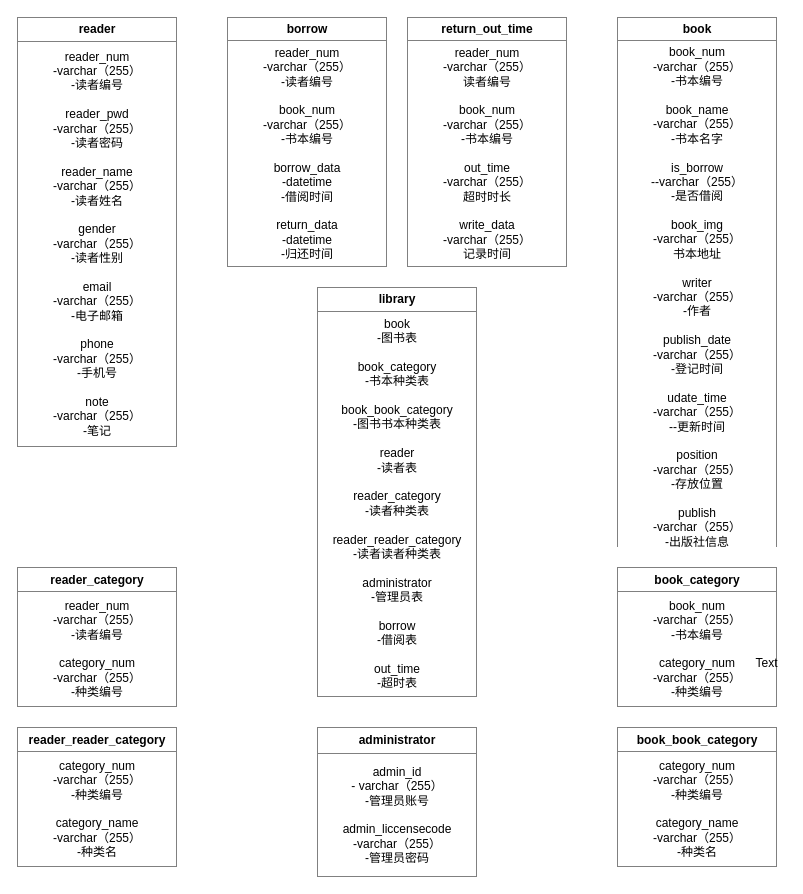
Before: 1.drawio in Varasekie/database_homework_proj, a draw.io diagram. Source tidied: cells renumbered, new cells numbered last; positions are measured from the earlier drawing's top-left corner, leaving out a move shared by most shapes. Both pictures are drawn from the tidied source at 100%, with x=0, y=0 at pixel (17, 17).
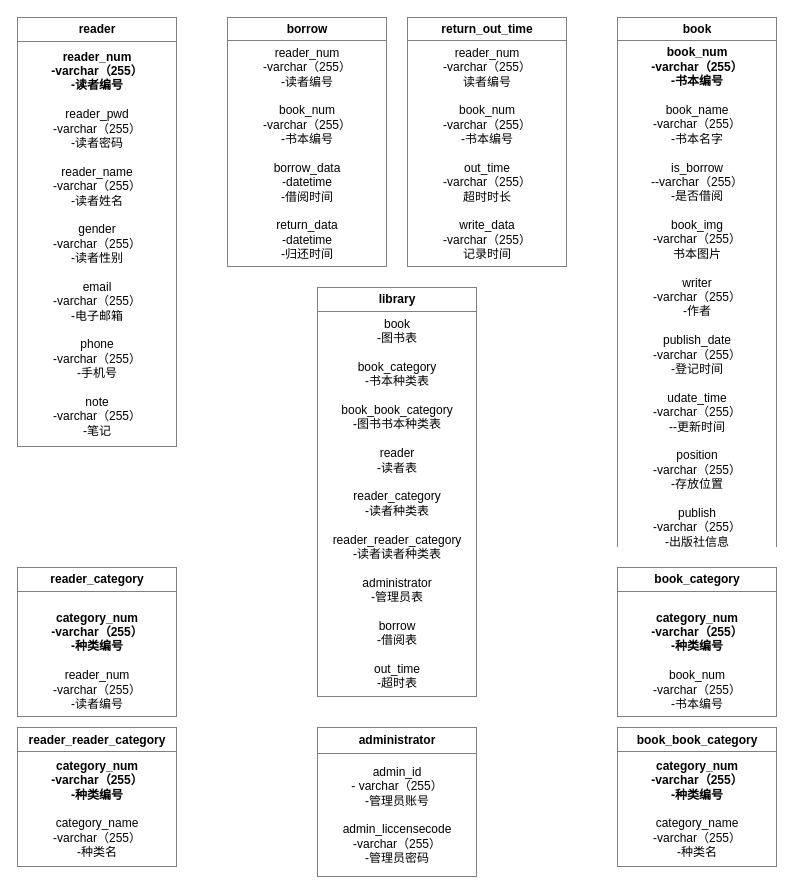
Above is the later version.

What changed in the source:
```diff
@@
 <mxGraphModel>
   <root>
     <mxCell id="0" />
     <mxCell id="1" parent="0" />
-    <mxCell id="2" value="&lt;table border=&quot;1&quot; width=&quot;100%&quot; cellpadding=&quot;4&quot; style=&quot;width: 100% ; height: 100% ; border-collapse: collapse&quot;&gt;&lt;tbody&gt;&lt;tr&gt;&lt;th align=&quot;center&quot;&gt;book_category&lt;/th&gt;&lt;/tr&gt;&lt;tr&gt;&lt;td align=&quot;center&quot;&gt;book_num&lt;br&gt;-varchar（255）&lt;br&gt;-书本编号&lt;br&gt;&lt;br&gt;category_num&lt;br&gt;-varchar（255）&lt;br&gt;-种类编号&lt;/td&gt;&lt;/tr&gt;&lt;/tbody&gt;&lt;/table&gt;" style="text;html=1;strokeColor=none;fillColor=none;overflow=fill;" parent="1" vertex="1">
-      <mxGeometry x="600" y="550" width="160" height="140" as="geometry" />
+    <mxCell id="2" value="&lt;table border=&quot;1&quot; width=&quot;100%&quot; cellpadding=&quot;4&quot; style=&quot;width: 100% ; height: 100% ; border-collapse: collapse&quot;&gt;&lt;tbody&gt;&lt;tr&gt;&lt;th align=&quot;center&quot;&gt;book_category&lt;/th&gt;&lt;/tr&gt;&lt;tr&gt;&lt;td align=&quot;center&quot;&gt;&lt;b&gt;&lt;br&gt;category_num&lt;br&gt;-varchar（255）&lt;br&gt;-种类编号&lt;br&gt;&lt;/b&gt;&lt;br&gt;book_num&lt;br&gt;-varchar（255）&lt;br&gt;-书本编号&lt;br&gt;&lt;/td&gt;&lt;/tr&gt;&lt;/tbody&gt;&lt;/table&gt;" style="text;html=1;strokeColor=none;fillColor=none;overflow=fill;" parent="1" vertex="1">
+      <mxGeometry x="600" y="550" width="160" height="150" as="geometry" />
     </mxCell>
-    <mxCell id="3" value="&lt;table border=&quot;1&quot; width=&quot;100%&quot; cellpadding=&quot;4&quot; style=&quot;width: 100% ; height: 100% ; border-collapse: collapse&quot;&gt;&lt;tbody&gt;&lt;tr&gt;&lt;th align=&quot;center&quot;&gt;book_book_category&lt;/th&gt;&lt;/tr&gt;&lt;tr&gt;&lt;td align=&quot;center&quot;&gt;category_num&lt;br&gt;-varchar（255）&lt;br&gt;-种类编号&lt;br&gt;&lt;br&gt;category_name&lt;br&gt;-varchar（255）&lt;br&gt;-种类名&lt;/td&gt;&lt;/tr&gt;&lt;/tbody&gt;&lt;/table&gt;" style="text;html=1;strokeColor=none;fillColor=none;overflow=fill;" parent="1" vertex="1">
+    <mxCell id="3" value="&lt;table border=&quot;1&quot; width=&quot;100%&quot; cellpadding=&quot;4&quot; style=&quot;width: 100% ; height: 100% ; border-collapse: collapse&quot;&gt;&lt;tbody&gt;&lt;tr&gt;&lt;th align=&quot;center&quot;&gt;book_book_category&lt;/th&gt;&lt;/tr&gt;&lt;tr&gt;&lt;td align=&quot;center&quot;&gt;&lt;b&gt;category_num&lt;br&gt;-varchar（255）&lt;br&gt;-种类编号&lt;/b&gt;&lt;br&gt;&lt;br&gt;category_name&lt;br&gt;-varchar（255）&lt;br&gt;-种类名&lt;/td&gt;&lt;/tr&gt;&lt;/tbody&gt;&lt;/table&gt;" style="text;html=1;strokeColor=none;fillColor=none;overflow=fill;" parent="1" vertex="1">
       <mxGeometry x="600" y="710" width="160" height="140" as="geometry" />
     </mxCell>
-    <mxCell id="4" value="&lt;table border=&quot;1&quot; width=&quot;100%&quot; cellpadding=&quot;4&quot; style=&quot;width: 100% ; height: 100% ; border-collapse: collapse&quot;&gt;&lt;tbody&gt;&lt;tr&gt;&lt;th align=&quot;center&quot;&gt;&lt;b&gt;book&lt;/b&gt;&lt;/th&gt;&lt;/tr&gt;&lt;tr&gt;&lt;td align=&quot;center&quot;&gt;book_num&lt;br&gt;-varchar（255）&lt;br&gt;-书本编号&lt;br&gt;&lt;br&gt;book_name&lt;br&gt;-varchar（255）&lt;br&gt;-书本名字&lt;br&gt;&lt;br&gt;is_borrow&lt;br&gt;--varchar（255）&lt;br&gt;-是否借阅&lt;br&gt;&lt;br&gt;book_img&lt;br&gt;-varchar（255）&lt;br&gt;书本地址&lt;br&gt;&lt;br&gt;writer&lt;br&gt;-varchar（255）&lt;br&gt;-作者&lt;br&gt;&lt;br&gt;publish_date&lt;br&gt;-varchar（255）&lt;br&gt;-登记时间&lt;br&gt;&lt;br&gt;udate_time&lt;br&gt;-varchar（255）&lt;br&gt;--更新时间&lt;br&gt;&lt;br&gt;position&lt;br&gt;-varchar（255）&lt;br&gt;-存放位置&lt;br&gt;&lt;br&gt;publish&lt;br&gt;-varchar（255）&lt;br&gt;-出版社信息&lt;/td&gt;&lt;/tr&gt;&lt;/tbody&gt;&lt;/table&gt;" style="text;html=1;strokeColor=none;fillColor=none;overflow=fill;" parent="1" vertex="1">
+    <mxCell id="4" value="&lt;table border=&quot;1&quot; width=&quot;100%&quot; cellpadding=&quot;4&quot; style=&quot;width: 100% ; height: 100% ; border-collapse: collapse&quot;&gt;&lt;tbody&gt;&lt;tr&gt;&lt;th align=&quot;center&quot;&gt;&lt;b&gt;book&lt;/b&gt;&lt;/th&gt;&lt;/tr&gt;&lt;tr&gt;&lt;td align=&quot;center&quot;&gt;&lt;b&gt;book_num&lt;br&gt;-varchar（255）&lt;br&gt;-书本编号&lt;/b&gt;&lt;br&gt;&lt;br&gt;book_name&lt;br&gt;-varchar（255）&lt;br&gt;-书本名字&lt;br&gt;&lt;br&gt;is_borrow&lt;br&gt;--varchar（255）&lt;br&gt;-是否借阅&lt;br&gt;&lt;br&gt;book_img&lt;br&gt;-varchar（255）&lt;br&gt;书本图片&lt;br&gt;&lt;br&gt;writer&lt;br&gt;-varchar（255）&lt;br&gt;-作者&lt;br&gt;&lt;br&gt;publish_date&lt;br&gt;-varchar（255）&lt;br&gt;-登记时间&lt;br&gt;&lt;br&gt;udate_time&lt;br&gt;-varchar（255）&lt;br&gt;--更新时间&lt;br&gt;&lt;br&gt;position&lt;br&gt;-varchar（255）&lt;br&gt;-存放位置&lt;br&gt;&lt;br&gt;publish&lt;br&gt;-varchar（255）&lt;br&gt;-出版社信息&lt;/td&gt;&lt;/tr&gt;&lt;/tbody&gt;&lt;/table&gt;" style="text;html=1;strokeColor=none;fillColor=none;overflow=fill;" parent="1" vertex="1">
       <mxGeometry x="600" width="160" height="530" as="geometry" />
     </mxCell>
-    <mxCell id="5" value="&lt;table border=&quot;1&quot; width=&quot;100%&quot; cellpadding=&quot;4&quot; style=&quot;width: 100% ; height: 100% ; border-collapse: collapse&quot;&gt;&lt;tbody&gt;&lt;tr&gt;&lt;th align=&quot;center&quot;&gt;reader_category&lt;/th&gt;&lt;/tr&gt;&lt;tr&gt;&lt;td align=&quot;center&quot;&gt;reader_num&lt;br&gt;-varchar（255）&lt;br&gt;-读者编号&lt;br&gt;&lt;br&gt;category_num&lt;br&gt;-varchar（255）&lt;br&gt;-种类编号&lt;br&gt;&lt;/td&gt;&lt;/tr&gt;&lt;/tbody&gt;&lt;/table&gt;" style="text;html=1;strokeColor=none;fillColor=none;overflow=fill;" parent="1" vertex="1">
-      <mxGeometry y="550" width="160" height="140" as="geometry" />
+    <mxCell id="5" value="&lt;table border=&quot;1&quot; width=&quot;100%&quot; cellpadding=&quot;4&quot; style=&quot;width: 100% ; height: 100% ; border-collapse: collapse&quot;&gt;&lt;tbody&gt;&lt;tr&gt;&lt;th align=&quot;center&quot;&gt;reader_category&lt;/th&gt;&lt;/tr&gt;&lt;tr&gt;&lt;td align=&quot;center&quot;&gt;&lt;b&gt;&lt;br&gt;category_num&lt;br&gt;-varchar（255）&lt;br&gt;-种类编号&lt;/b&gt;&lt;br&gt;&lt;br&gt;reader_num&lt;br&gt;-varchar（255）&lt;br&gt;-读者编号&lt;br&gt;&lt;/td&gt;&lt;/tr&gt;&lt;/tbody&gt;&lt;/table&gt;" style="text;html=1;strokeColor=none;fillColor=none;overflow=fill;" parent="1" vertex="1">
+      <mxGeometry y="550" width="160" height="150" as="geometry" />
     </mxCell>
-    <mxCell id="6" value="&lt;table border=&quot;1&quot; width=&quot;100%&quot; cellpadding=&quot;4&quot; style=&quot;width: 100% ; height: 100% ; border-collapse: collapse&quot;&gt;&lt;tbody&gt;&lt;tr&gt;&lt;th align=&quot;center&quot;&gt;reader_reader_category&lt;/th&gt;&lt;/tr&gt;&lt;tr&gt;&lt;td align=&quot;center&quot;&gt;category_num&lt;br&gt;-varchar（255）&lt;br&gt;-种类编号&lt;br&gt;&lt;br&gt;category_name&lt;br&gt;-varchar（255）&lt;br&gt;-种类名&lt;br&gt;&lt;/td&gt;&lt;/tr&gt;&lt;/tbody&gt;&lt;/table&gt;" style="text;html=1;strokeColor=none;fillColor=none;overflow=fill;" parent="1" vertex="1">
+    <mxCell id="6" value="&lt;table border=&quot;1&quot; width=&quot;100%&quot; cellpadding=&quot;4&quot; style=&quot;width: 100% ; height: 100% ; border-collapse: collapse&quot;&gt;&lt;tbody&gt;&lt;tr&gt;&lt;th align=&quot;center&quot;&gt;reader_reader_category&lt;/th&gt;&lt;/tr&gt;&lt;tr&gt;&lt;td align=&quot;center&quot;&gt;&lt;b&gt;category_num&lt;br&gt;-varchar（255）&lt;br&gt;-种类编号&lt;/b&gt;&lt;br&gt;&lt;br&gt;category_name&lt;br&gt;-varchar（255）&lt;br&gt;-种类名&lt;br&gt;&lt;/td&gt;&lt;/tr&gt;&lt;/tbody&gt;&lt;/table&gt;" style="text;html=1;strokeColor=none;fillColor=none;overflow=fill;" parent="1" vertex="1">
       <mxGeometry y="710" width="160" height="140" as="geometry" />
     </mxCell>
-    <mxCell id="7" value="&lt;table border=&quot;1&quot; width=&quot;100%&quot; cellpadding=&quot;4&quot; style=&quot;width: 100% ; height: 100% ; border-collapse: collapse&quot;&gt;&lt;tbody&gt;&lt;tr&gt;&lt;th align=&quot;center&quot;&gt;&lt;b&gt;reader&lt;/b&gt;&lt;/th&gt;&lt;/tr&gt;&lt;tr&gt;&lt;td align=&quot;center&quot;&gt;reader_num&lt;br&gt;-varchar（255）&lt;br&gt;-读者编号&lt;br&gt;&lt;br&gt;reader_pwd&lt;br&gt;-varchar（255）&lt;br&gt;-读者密码&lt;br&gt;&lt;br&gt;reader_name&lt;br&gt;-varchar（255）&lt;br&gt;-读者姓名&lt;br&gt;&lt;br&gt;gender&lt;br&gt;-varchar（255）&lt;br&gt;-读者性别&lt;br&gt;&lt;br&gt;email&lt;br&gt;-varchar（255）&lt;br&gt;-电子邮箱&lt;br&gt;&lt;br&gt;phone&lt;br&gt;-varchar（255）&lt;br&gt;-手机号&lt;br&gt;&lt;br&gt;note&lt;br&gt;-varchar（255）&lt;br&gt;-笔记&lt;br&gt;&lt;/td&gt;&lt;/tr&gt;&lt;/tbody&gt;&lt;/table&gt;" style="text;html=1;strokeColor=none;fillColor=none;overflow=fill;" parent="1" vertex="1">
+    <mxCell id="7" value="&lt;table border=&quot;1&quot; width=&quot;100%&quot; cellpadding=&quot;4&quot; style=&quot;width: 100% ; height: 100% ; border-collapse: collapse&quot;&gt;&lt;tbody&gt;&lt;tr&gt;&lt;th align=&quot;center&quot;&gt;&lt;b&gt;reader&lt;/b&gt;&lt;/th&gt;&lt;/tr&gt;&lt;tr&gt;&lt;td align=&quot;center&quot;&gt;&lt;b&gt;reader_num&lt;br&gt;-varchar（255）&lt;br&gt;-读者编号&lt;br&gt;&lt;br&gt;&lt;/b&gt;reader_pwd&lt;br&gt;-varchar（255）&lt;br&gt;-读者密码&lt;br&gt;&lt;br&gt;reader_name&lt;br&gt;-varchar（255）&lt;br&gt;-读者姓名&lt;br&gt;&lt;br&gt;gender&lt;br&gt;-varchar（255）&lt;br&gt;-读者性别&lt;br&gt;&lt;br&gt;email&lt;br&gt;-varchar（255）&lt;br&gt;-电子邮箱&lt;br&gt;&lt;br&gt;phone&lt;br&gt;-varchar（255）&lt;br&gt;-手机号&lt;br&gt;&lt;br&gt;note&lt;br&gt;-varchar（255）&lt;br&gt;-笔记&lt;br&gt;&lt;/td&gt;&lt;/tr&gt;&lt;/tbody&gt;&lt;/table&gt;" style="text;html=1;strokeColor=none;fillColor=none;overflow=fill;" parent="1" vertex="1">
       <mxGeometry width="160" height="430" as="geometry" />
     </mxCell>
     <mxCell id="8" value="&lt;table border=&quot;1&quot; width=&quot;100%&quot; cellpadding=&quot;4&quot; style=&quot;width: 100% ; height: 100% ; border-collapse: collapse&quot;&gt;&lt;tbody&gt;&lt;tr&gt;&lt;th align=&quot;center&quot;&gt;&lt;b&gt;borrow&lt;/b&gt;&lt;/th&gt;&lt;/tr&gt;&lt;tr&gt;&lt;td align=&quot;center&quot;&gt;reader_num&lt;br&gt;-varchar（255）&lt;br&gt;-读者编号&lt;br&gt;&lt;br&gt;book_num&lt;br&gt;-varchar（255）&lt;br&gt;-书本编号&lt;br&gt;&lt;br&gt;borrow_data&lt;br&gt;-datetime&lt;br&gt;-借阅时间&lt;br&gt;&lt;br&gt;return_data&lt;br&gt;-datetime&lt;br&gt;-归还时间&lt;/td&gt;&lt;/tr&gt;&lt;/tbody&gt;&lt;/table&gt;" style="text;html=1;strokeColor=none;fillColor=none;overflow=fill;" parent="1" vertex="1">
       <mxGeometry x="210" width="160" height="250" as="geometry" />
     </mxCell>
     <mxCell id="9" value="&lt;table border=&quot;1&quot; width=&quot;100%&quot; cellpadding=&quot;4&quot; style=&quot;width: 100% ; height: 100% ; border-collapse: collapse&quot;&gt;&lt;tbody&gt;&lt;tr&gt;&lt;th align=&quot;center&quot;&gt;&lt;b&gt;library&lt;/b&gt;&lt;/th&gt;&lt;/tr&gt;&lt;tr&gt;&lt;td align=&quot;center&quot;&gt;book&lt;br&gt;-图书表&lt;br&gt;&lt;br&gt;book_category&lt;br&gt;-书本种类表&lt;br&gt;&lt;br&gt;book_book_category&lt;br&gt;-图书书本种类表&lt;br&gt;&lt;br&gt;reader&lt;br&gt;-读者表&lt;br&gt;&lt;br&gt;reader_category&lt;br&gt;-读者种类表&lt;br&gt;&lt;br&gt;reader_reader_category&lt;br&gt;-读者读者种类表&lt;br&gt;&lt;br&gt;administrator&lt;br&gt;-管理员表&lt;br&gt;&lt;br&gt;borrow&lt;br&gt;-借阅表&lt;br&gt;&lt;br&gt;out_time&lt;br&gt;-超时表&lt;/td&gt;&lt;/tr&gt;&lt;/tbody&gt;&lt;/table&gt;" style="text;html=1;strokeColor=none;fillColor=none;overflow=fill;" parent="1" vertex="1">
       <mxGeometry x="300" y="270" width="160" height="410" as="geometry" />
     </mxCell>
     <mxCell id="10" value="&lt;table border=&quot;1&quot; width=&quot;100%&quot; cellpadding=&quot;4&quot; style=&quot;width: 100% ; height: 100% ; border-collapse: collapse&quot;&gt;&lt;tbody&gt;&lt;tr&gt;&lt;th align=&quot;center&quot;&gt;&lt;b&gt;return_out_time&lt;/b&gt;&lt;/th&gt;&lt;/tr&gt;&lt;tr&gt;&lt;td align=&quot;center&quot;&gt;reader_num&lt;br&gt;-varchar（255）&lt;br&gt;读者编号&lt;br&gt;&lt;br&gt;book_num&lt;br&gt;-varchar（255）&lt;br&gt;-书本编号&lt;br&gt;&lt;br&gt;out_time&lt;br&gt;-varchar（255）&lt;br&gt;超时时长&lt;br&gt;&lt;br&gt;write_data&lt;br&gt;-varchar（255）&lt;br&gt;记录时间&lt;/td&gt;&lt;/tr&gt;&lt;/tbody&gt;&lt;/table&gt;" style="text;html=1;strokeColor=none;fillColor=none;overflow=fill;" parent="1" vertex="1">
       <mxGeometry x="390" width="160" height="250" as="geometry" />
     </mxCell>
     <mxCell id="11" value="&lt;table border=&quot;1&quot; width=&quot;100%&quot; cellpadding=&quot;4&quot; style=&quot;width: 100% ; height: 100% ; border-collapse: collapse&quot;&gt;&lt;tbody&gt;&lt;tr&gt;&lt;th align=&quot;center&quot;&gt;administrator&lt;/th&gt;&lt;/tr&gt;&lt;tr&gt;&lt;td align=&quot;center&quot;&gt;admin_id &lt;br&gt;- varchar（255）&lt;br&gt;-管理员账号&lt;br&gt;&lt;br&gt;admin_liccensecode&lt;br&gt;-varchar（255）&lt;br&gt;-管理员密码&lt;/td&gt;&lt;/tr&gt;&lt;/tbody&gt;&lt;/table&gt;" style="text;html=1;strokeColor=none;fillColor=none;overflow=fill;" parent="1" vertex="1">
       <mxGeometry x="300" y="710" width="160" height="150" as="geometry" />
     </mxCell>
-    <mxCell id="12" value="Text" style="text;html=1;align=center;verticalAlign=middle;" parent="1" vertex="1">
-      <mxGeometry x="729" y="636" width="40" height="20" as="geometry" />
-    </mxCell>
   </root>
 </mxGraphModel>
```
